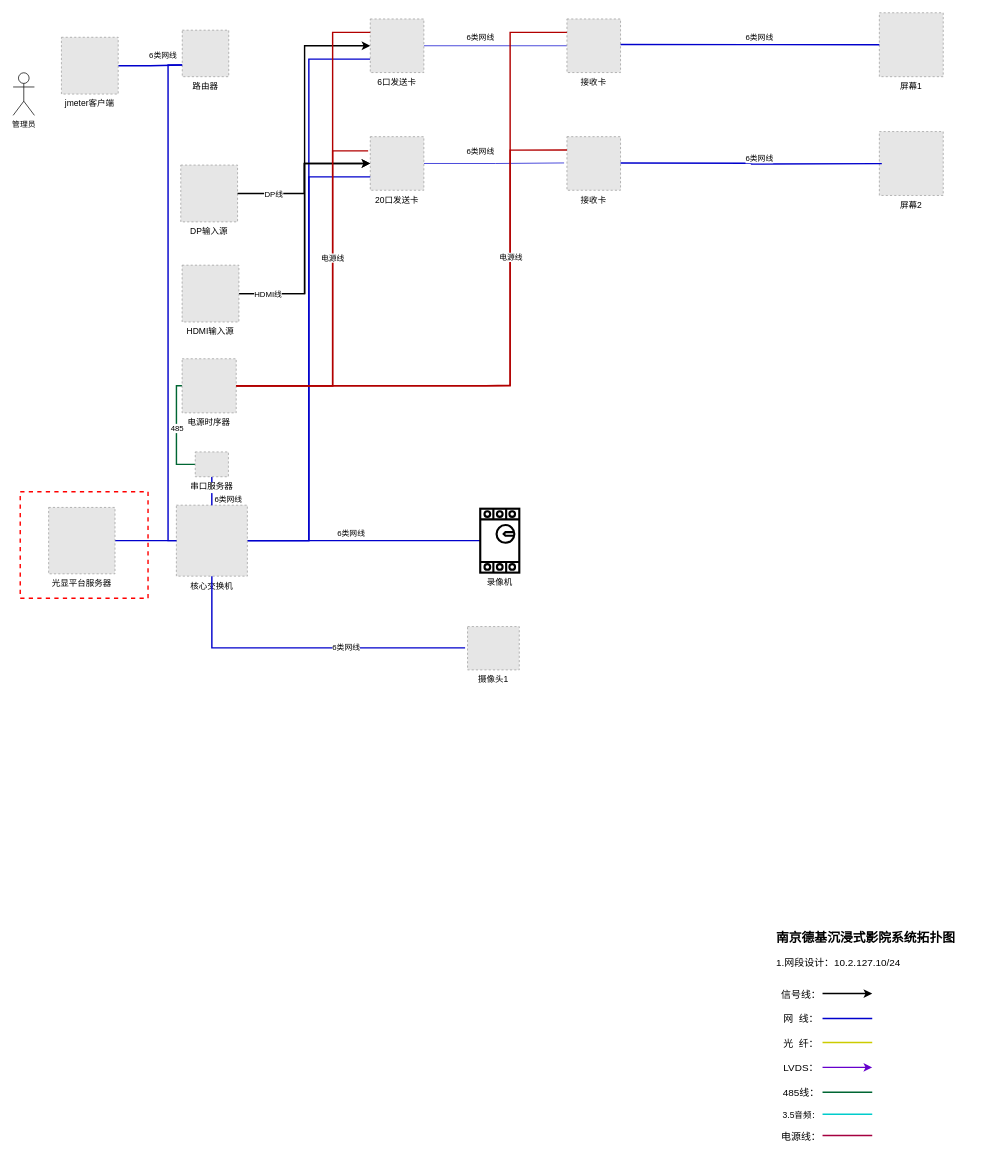
Earlier version of the draw.io diagram 南京德基沉浸式影院系统拓扑.drawio (StephenYoung007/ajax). Source tidied: cells renumbered, new cells numbered last; positions are measured from the earlier drawing's top-left corner, leaving out a move shared by most shapes. Both pictures are drawn from the tidied source at 71%, with x=0, y=0 at pixel (13, 13). Pictures stored in the file or linked from it are replaced by grey dashed boxes.
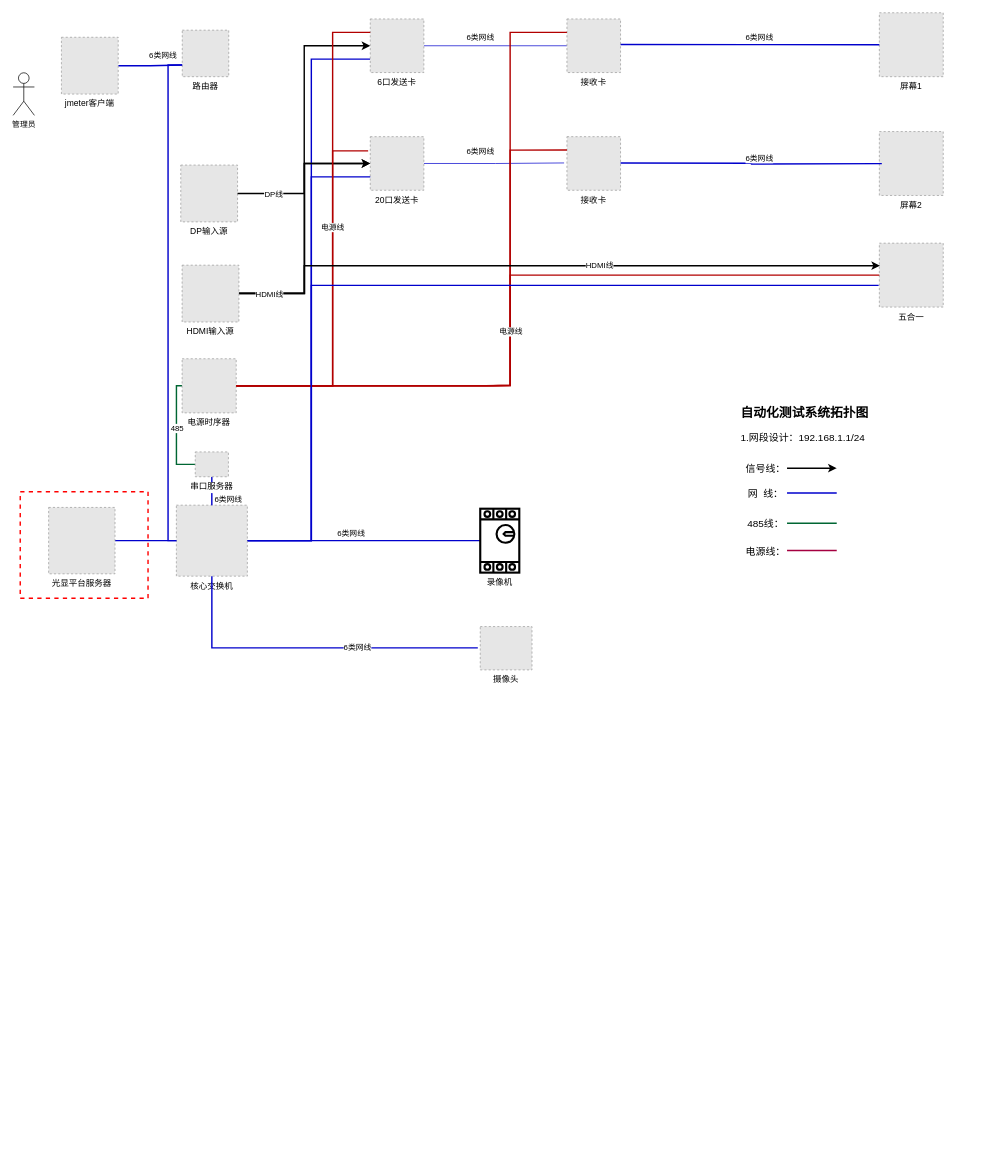
The same page after the edit.

Commit message (it also covers changes not shown here):
更新南京德基沉浸式影院系统拓扑.drawio

Unchanged cells that the change refers to:
```xml
<mxCell id="4" value="20口发送卡" style="fillColor=#E6E6E6;strokeColor=#999999;dashed=1;verticalLabelPosition=bottom;labelBackgroundColor=default;verticalAlign=top;" parent="1" vertex="1">
  <mxGeometry x="503" y="174" width="75.5" height="75.5" as="geometry" />
</mxCell>
<mxCell id="8" value="HDMI输入源" style="fillColor=#E6E6E6;strokeColor=#999999;dashed=1;verticalLabelPosition=bottom;labelBackgroundColor=default;verticalAlign=top;" parent="1" vertex="1">
  <mxGeometry x="238" y="355" width="80" height="80" as="geometry" />
</mxCell>
<mxCell id="14" value="核心交换机" style="fillColor=#E6E6E6;strokeColor=#999999;dashed=1;verticalLabelPosition=bottom;labelBackgroundColor=default;verticalAlign=top;" parent="1" vertex="1">
  <mxGeometry x="229.9" y="693" width="100" height="100" as="geometry" />
</mxCell>
<mxCell id="18" value="电源时序器" style="fillColor=#E6E6E6;strokeColor=#999999;dashed=1;verticalLabelPosition=bottom;labelBackgroundColor=default;verticalAlign=top;" parent="1" vertex="1">
  <mxGeometry x="238" y="486.8" width="76.2" height="76.2" as="geometry" />
</mxCell>
<mxCell id="57" value="6口发送卡" style="fillColor=#E6E6E6;strokeColor=#999999;dashed=1;verticalLabelPosition=bottom;labelBackgroundColor=default;verticalAlign=top;" parent="1" vertex="1">
  <mxGeometry x="503" y="8.2" width="75.5" height="75.5" as="geometry" />
</mxCell>
<mxCell id="71" style="edgeStyle=orthogonalEdgeStyle;rounded=0;jettySize=auto;html=1;fillColor=#e51400;strokeColor=#B20000;exitX=1;exitY=0.5;exitDx=0;exitDy=0;endArrow=none;startFill=0;entryX=0;entryY=0.25;entryDx=0;entryDy=0;strokeWidth=2;" parent="1" edge="1" source="18" target="57">
  <mxGeometry relative="1" as="geometry">
    <Array as="points">
      <mxPoint x="450" y="525" />
      <mxPoint x="450" y="27" />
    </Array>
  </mxGeometry>
</mxCell>
<mxCell id="74" style="edgeStyle=orthogonalEdgeStyle;rounded=0;jettySize=auto;html=1;fillColor=#e51400;strokeColor=#B20000;exitX=1;exitY=0.5;exitDx=0;exitDy=0;endArrow=none;startFill=0;entryX=0;entryY=0.25;entryDx=0;entryDy=0;strokeWidth=2;" parent="1" edge="1" source="18" target="63">
  <mxGeometry relative="1" as="geometry">
    <Array as="points">
      <mxPoint x="666" y="525" />
      <mxPoint x="700" y="524" />
      <mxPoint x="700" y="27" />
    </Array>
  </mxGeometry>
</mxCell>
```

Change to the diagram source:
```diff
@@
     <mxCell id="6" style="edgeStyle=orthogonalEdgeStyle;shape=connector;rounded=0;jettySize=auto;html=1;exitX=1;exitY=0.5;exitDx=0;exitDy=0;entryX=0;entryY=0.5;entryDx=0;entryDy=0;labelBackgroundColor=default;strokeColor=default;strokeWidth=2;align=center;verticalAlign=middle;fontFamily=Helvetica;fontSize=11;fontColor=default;endArrow=classic;" parent="1" edge="1" source="8" target="57">
-      <mxGeometry relative="1" as="geometry" />
+      <mxGeometry relative="1" as="geometry">
+        <Array as="points">
+          <mxPoint x="410" y="395" />
+          <mxPoint x="410" y="46" />
+        </Array>
+      </mxGeometry>
     </mxCell>
-    <mxCell id="7" value="HDMI线" style="edgeLabel;html=1;align=center;verticalAlign=middle;" parent="6" vertex="1">
-      <mxGeometry x="-0.85" y="-1" relative="1" as="geometry" />
-    </mxCell>
@@
     <mxCell id="10" style="edgeStyle=orthogonalEdgeStyle;shape=connector;rounded=0;jettySize=auto;html=1;exitX=1;exitY=0.5;exitDx=0;exitDy=0;entryX=0;entryY=0.75;entryDx=0;entryDy=0;labelBackgroundColor=default;strokeColor=#0000CC;align=center;verticalAlign=middle;fontFamily=Helvetica;fontSize=11;fontColor=default;endArrow=none;endFill=0;strokeWidth=2;" parent="1" edge="1" source="14" target="4">
-      <mxGeometry relative="1" as="geometry" />
+      <mxGeometry relative="1" as="geometry">
+        <Array as="points">
+          <mxPoint x="420" y="743" />
+          <mxPoint x="420" y="231" />
+        </Array>
+      </mxGeometry>
     </mxCell>
@@
     <mxCell id="13" style="edgeStyle=orthogonalEdgeStyle;shape=connector;rounded=0;jettySize=auto;html=1;exitX=1;exitY=0.5;exitDx=0;exitDy=0;entryX=0;entryY=0.75;entryDx=0;entryDy=0;labelBackgroundColor=default;strokeColor=#0000CC;strokeWidth=2;align=center;verticalAlign=middle;fontFamily=Helvetica;fontSize=11;fontColor=default;endArrow=none;endFill=0;" parent="1" edge="1" source="14" target="57">
-      <mxGeometry relative="1" as="geometry" />
+      <mxGeometry relative="1" as="geometry">
+        <Array as="points">
+          <mxPoint x="420" y="743" />
+          <mxPoint x="420" y="65" />
+        </Array>
+      </mxGeometry>
     </mxCell>
@@
-    <mxCell id="29" value="摄像头1" style="fillColor=#E6E6E6;strokeColor=#999999;dashed=1;verticalLabelPosition=bottom;labelBackgroundColor=default;verticalAlign=top;" parent="1" vertex="1">
-      <mxGeometry x="640" y="864" width="72.9" height="61" as="geometry" />
+    <mxCell id="29" value="摄像头" style="fillColor=#E6E6E6;strokeColor=#999999;dashed=1;verticalLabelPosition=bottom;labelBackgroundColor=default;verticalAlign=top;" parent="1" vertex="1">
+      <mxGeometry x="657.9" y="864" width="72.9" height="61" as="geometry" />
     </mxCell>
@@
-    <mxCell id="33" value="&lt;h1&gt;&lt;font style=&quot;font-size: 18px;&quot;&gt;南京德基沉浸式影院系统拓扑图&lt;/font&gt;&lt;/h1&gt;&lt;p&gt;&lt;font style=&quot;font-size: 14px;&quot;&gt;1.网段设计：10.2.127.10/24&lt;/font&gt;&lt;/p&gt;" style="text;html=1;strokeColor=none;fillColor=none;spacing=5;spacingTop=-20;whiteSpace=wrap;overflow=hidden;rounded=0;fontSize=11;fontFamily=Helvetica;fontColor=default;" parent="1" vertex="1">
-      <mxGeometry x="1070" y="1284" width="310" height="120" as="geometry" />
+    <mxCell id="33" value="&lt;h1&gt;&lt;font style=&quot;font-size: 18px;&quot;&gt;自动化测试系统拓扑图&lt;/font&gt;&lt;/h1&gt;&lt;p&gt;&lt;font style=&quot;font-size: 14px;&quot;&gt;1.网段设计：192.168.1.1/24&lt;/font&gt;&lt;/p&gt;" style="text;html=1;strokeColor=none;fillColor=none;spacing=5;spacingTop=-20;whiteSpace=wrap;overflow=hidden;rounded=0;fontSize=11;fontFamily=Helvetica;fontColor=default;" parent="1" vertex="1">
+      <mxGeometry x="1020" y="544" width="310" height="120" as="geometry" />
     </mxCell>
     <mxCell id="34" style="group;" parent="1" vertex="1">
-      <mxGeometry x="1080" y="1366.5" width="130" height="230" as="geometry" />
+      <mxGeometry x="1030" y="626.5" width="130" height="230" as="geometry" />
     </mxCell>
@@
     <mxCell id="41" style="group;" parent="34" vertex="1">
-      <mxGeometry y="139" width="130" height="30" as="geometry" />
+      <mxGeometry y="77.5" width="130" height="30" as="geometry" />
     </mxCell>
@@
-    <mxCell id="44" style="group;" parent="34" vertex="1">
-      <mxGeometry y="69" width="130" height="41" as="geometry" />
-    </mxCell>
-    <mxCell id="45" value="光&amp;nbsp; 纤：" style="text;html=1;strokeColor=none;fillColor=none;align=center;verticalAlign=middle;whiteSpace=wrap;rounded=0;fontSize=14;fontFamily=Helvetica;fontColor=default;" parent="44" vertex="1">
-      <mxGeometry width="60" height="30" as="geometry" />
-    </mxCell>
-    <mxCell id="46" style="endArrow=none;html=1;rounded=0;labelBackgroundColor=default;strokeColor=#CCCC00;strokeWidth=2;align=center;verticalAlign=middle;fontFamily=Helvetica;fontSize=11;fontColor=default;shape=connector;edgeStyle=orthogonalEdgeStyle;endFill=0;" parent="44" edge="1">
-      <mxGeometry relative="1" as="geometry">
-        <mxPoint x="60" y="14.4" as="sourcePoint" />
-        <mxPoint x="130" y="14.4" as="targetPoint" />
-      </mxGeometry>
-    </mxCell>
-    <mxCell id="47" style="group;" parent="34" vertex="1">
-      <mxGeometry y="104" width="130" height="30" as="geometry" />
-    </mxCell>
-    <mxCell id="48" value="LVDS：" style="text;html=1;strokeColor=none;fillColor=none;align=center;verticalAlign=middle;whiteSpace=wrap;rounded=0;fontSize=14;fontFamily=Helvetica;fontColor=default;" parent="47" vertex="1">
-      <mxGeometry width="60" height="30" as="geometry" />
-    </mxCell>
-    <mxCell id="49" style="endArrow=classic;html=1;rounded=0;labelBackgroundColor=default;strokeColor=#6600CC;strokeWidth=2;align=center;verticalAlign=middle;fontFamily=Helvetica;fontSize=11;fontColor=default;shape=connector;edgeStyle=orthogonalEdgeStyle;" parent="47" edge="1">
-      <mxGeometry relative="1" as="geometry">
-        <mxPoint x="60" y="14.4" as="sourcePoint" />
-        <mxPoint x="130" y="14.4" as="targetPoint" />
-      </mxGeometry>
-    </mxCell>
-    <mxCell id="50" style="group;" parent="34" vertex="1">
-      <mxGeometry y="170" width="130" height="30" as="geometry" />
-    </mxCell>
-    <mxCell id="51" value="&lt;font style=&quot;font-size: 12px;&quot;&gt;3.5音频&lt;/font&gt;&lt;font style=&quot;font-size: 11px;&quot;&gt;：&lt;/font&gt;" style="text;html=1;strokeColor=none;fillColor=none;align=center;verticalAlign=middle;whiteSpace=wrap;rounded=0;fontSize=14;fontFamily=Helvetica;fontColor=default;" parent="50" vertex="1">
-      <mxGeometry width="60" height="30" as="geometry" />
-    </mxCell>
-    <mxCell id="52" style="endArrow=none;html=1;rounded=0;labelBackgroundColor=default;strokeColor=#00CCCC;strokeWidth=2;align=center;verticalAlign=middle;fontFamily=Helvetica;fontSize=11;fontColor=default;shape=connector;edgeStyle=orthogonalEdgeStyle;endFill=0;" parent="50" edge="1">
-      <mxGeometry relative="1" as="geometry">
-        <mxPoint x="60" y="14.4" as="sourcePoint" />
-        <mxPoint x="130" y="14.4" as="targetPoint" />
-      </mxGeometry>
-    </mxCell>
     <mxCell id="53" style="group;" parent="34" vertex="1">
-      <mxGeometry y="200" width="130" height="30" as="geometry" />
+      <mxGeometry y="116" width="130" height="30" as="geometry" />
     </mxCell>
@@
     <mxCell id="72" value="电源线" style="edgeLabel;html=1;align=center;verticalAlign=middle;" parent="71" vertex="1">
       <mxGeometry x="-0.34" y="1" relative="1" as="geometry">
-        <mxPoint y="-89" as="offset" />
+        <mxPoint y="-132" as="offset" />
       </mxGeometry>
     </mxCell>
@@
+    <mxCell id="76" value="五合一" style="fillColor=#E6E6E6;strokeColor=#999999;dashed=1;verticalLabelPosition=bottom;labelBackgroundColor=default;verticalAlign=top;" parent="1" vertex="1">
+      <mxGeometry x="1220" y="324" width="90" height="90" as="geometry" />
+    </mxCell>
+    <mxCell id="77" style="edgeStyle=orthogonalEdgeStyle;rounded=0;jettySize=auto;html=1;fillColor=#e51400;strokeColor=#B20000;exitX=1;exitY=0.5;exitDx=0;exitDy=0;endArrow=none;startFill=0;entryX=0;entryY=0.5;entryDx=0;entryDy=0;strokeWidth=2;" parent="1" edge="1" source="18" target="76">
+      <mxGeometry relative="1" as="geometry">
+        <Array as="points">
+          <mxPoint x="676" y="525" />
+          <mxPoint x="700" y="524" />
+          <mxPoint x="700" y="369" />
+        </Array>
+      </mxGeometry>
+    </mxCell>
-    <mxCell id="75" value="电源线" style="edgeLabel;html=1;align=center;verticalAlign=middle;" parent="74" vertex="1">
-      <mxGeometry x="0.31" relative="1" as="geometry">
-        <mxPoint y="65" as="offset" />
-      </mxGeometry>
+    <mxCell id="75" value="电源线" style="edgeLabel;html=1;align=center;verticalAlign=middle;" parent="77" vertex="1">
+      <mxGeometry x="-0.13" relative="1" as="geometry" />
     </mxCell>
+    <mxCell id="78" style="edgeStyle=orthogonalEdgeStyle;shape=connector;rounded=0;jettySize=auto;html=1;labelBackgroundColor=default;strokeColor=#0000CC;align=center;verticalAlign=middle;fontFamily=Helvetica;fontSize=11;fontColor=default;endArrow=none;endFill=0;strokeWidth=2;entryX=-0.011;entryY=0.66;entryDx=0;entryDy=0;entryPerimeter=0;" parent="1" edge="1" target="76">
+      <mxGeometry relative="1" as="geometry">
+        <mxPoint x="330" y="743" as="sourcePoint" />
+        <Array as="points">
+          <mxPoint x="420" y="743" />
+          <mxPoint x="420" y="384" />
+          <mxPoint x="1220" y="384" />
+        </Array>
+      </mxGeometry>
+    </mxCell>
+    <mxCell id="79" style="endArrow=classic;html=1;rounded=0;edgeStyle=orthogonalEdgeStyle;strokeWidth=2;entryX=0.011;entryY=0.352;entryDx=0;entryDy=0;entryPerimeter=0;" parent="1" edge="1" target="76">
+      <mxGeometry relative="1" as="geometry">
+        <mxPoint x="318" y="394" as="sourcePoint" />
+        <Array as="points">
+          <mxPoint x="410" y="394" />
+          <mxPoint x="410" y="356" />
+        </Array>
+      </mxGeometry>
+    </mxCell>
+    <mxCell id="80" value="HDMI线" style="edgeLabel;html=1;align=center;verticalAlign=middle;" parent="79" vertex="1">
+      <mxGeometry x="0.16" y="1" relative="1" as="geometry" />
+    </mxCell>
+    <mxCell id="81" value="HDMI线" style="edgeLabel;html=1;align=center;verticalAlign=middle;" parent="79" vertex="1">
+      <mxGeometry x="-0.91" y="-1" relative="1" as="geometry" />
+    </mxCell>
```
